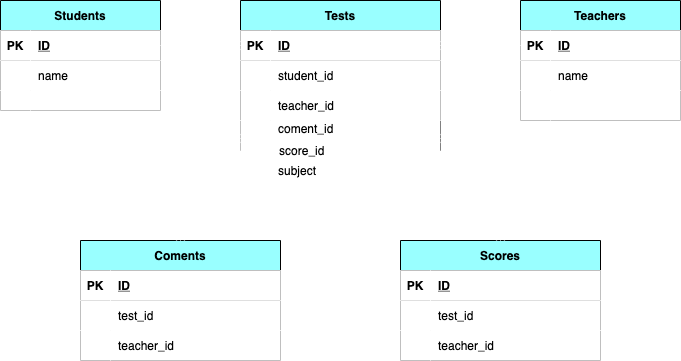
Before: index.png, a diagram exported from draw.io (mogpon/coachtech0516). Source tidied: cells renumbered, new cells last; positions are measured from the earlier drawing's top-left corner, leaving out a move shared by most shapes.
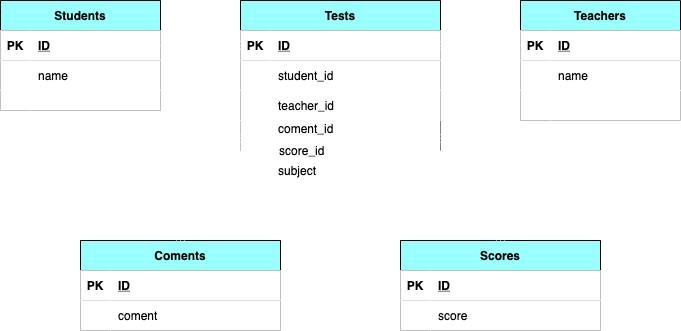
After the change.

The edit, as a diff of the source:
```diff
@@ -93,7 +93,7 @@
       <mxGeometry x="30" width="130" height="30" as="geometry" />
     </mxCell>
     <mxCell id="32" value="Coments" style="shape=table;startSize=30;rowLines=0;fontStyle=1;align=center;labelBackgroundColor=none;labelBorderColor=none;fillColor=#99FFFF;fontColor=#000000;strokeColor=#000000;" parent="1" vertex="1">
-      <mxGeometry x="80" y="240" width="200" height="120" as="geometry" />
+      <mxGeometry x="80" y="240" width="200" height="90" as="geometry" />
     </mxCell>
     <mxCell id="33" style="shape=partialRectangle;top=0;left=0;bottom=1;right=0;labelBackgroundColor=none;labelBorderColor=none;fillColor=#FFFFFF;fontColor=#000000;strokeColor=#000000;" parent="32" vertex="1">
       <mxGeometry y="30" width="200" height="30" as="geometry" />
@@ -110,18 +110,9 @@
     <mxCell id="37" style="shape=partialRectangle;top=0;left=0;bottom=0;right=0;overflow=hidden;labelBackgroundColor=none;labelBorderColor=none;fillColor=#FFFFFF;fontColor=#000000;strokeColor=#000000;" parent="36" vertex="1">
       <mxGeometry width="30" height="30" as="geometry" />
     </mxCell>
-    <mxCell id="38" value="test_id" style="shape=partialRectangle;top=0;left=0;bottom=0;right=0;align=left;spacingLeft=6;overflow=hidden;labelBackgroundColor=none;labelBorderColor=none;fillColor=#FFFFFF;fontColor=#000000;strokeColor=#000000;" parent="36" vertex="1">
+    <mxCell id="38" value="coment" style="shape=partialRectangle;top=0;left=0;bottom=0;right=0;align=left;spacingLeft=6;overflow=hidden;labelBackgroundColor=none;labelBorderColor=none;fillColor=#FFFFFF;fontColor=#000000;strokeColor=#000000;" parent="36" vertex="1">
       <mxGeometry x="30" width="170" height="30" as="geometry" />
     </mxCell>
-    <mxCell id="39" style="shape=partialRectangle;top=0;left=0;bottom=0;right=0;labelBackgroundColor=none;labelBorderColor=none;fillColor=#FFFFFF;fontColor=#000000;strokeColor=#000000;" parent="32" vertex="1">
-      <mxGeometry y="90" width="200" height="30" as="geometry" />
-    </mxCell>
-    <mxCell id="40" style="shape=partialRectangle;top=0;left=0;bottom=0;right=0;overflow=hidden;labelBackgroundColor=none;labelBorderColor=none;fillColor=#FFFFFF;fontColor=#000000;strokeColor=#000000;" parent="39" vertex="1">
-      <mxGeometry width="30" height="30" as="geometry" />
-    </mxCell>
-    <mxCell id="41" value="teacher_id" style="shape=partialRectangle;top=0;left=0;bottom=0;right=0;align=left;spacingLeft=6;overflow=hidden;labelBackgroundColor=none;labelBorderColor=none;fillColor=#FFFFFF;fontColor=#000000;strokeColor=#000000;" parent="39" vertex="1">
-      <mxGeometry x="30" width="170" height="30" as="geometry" />
-    </mxCell>
     <mxCell id="42" style="shape=partialRectangle;top=0;left=0;bottom=0;right=0;labelBackgroundColor=none;labelBorderColor=none;fillColor=#FFFFFF;fontColor=#000000;strokeColor=#000000;" parent="1" vertex="1">
       <mxGeometry x="240" y="120" width="200" height="70" as="geometry" />
     </mxCell>
@@ -144,7 +135,7 @@
       <mxGeometry x="270" y="118" width="165.9" height="20" as="geometry" />
     </mxCell>
     <mxCell id="49" value="Scores" style="shape=table;startSize=30;rowLines=0;fontStyle=1;align=center;labelBackgroundColor=none;labelBorderColor=none;fillColor=#99FFFF;fontColor=#000000;strokeColor=#000000;" parent="1" vertex="1">
-      <mxGeometry x="400" y="240" width="200" height="120" as="geometry" />
+      <mxGeometry x="400" y="240" width="200" height="90" as="geometry" />
     </mxCell>
     <mxCell id="50" style="shape=partialRectangle;top=0;left=0;bottom=1;right=0;labelBackgroundColor=none;labelBorderColor=none;fillColor=#FFFFFF;fontColor=#000000;strokeColor=#000000;" parent="49" vertex="1">
       <mxGeometry y="30" width="200" height="30" as="geometry" />
@@ -161,18 +152,9 @@
     <mxCell id="54" style="shape=partialRectangle;top=0;left=0;bottom=0;right=0;overflow=hidden;labelBackgroundColor=none;labelBorderColor=none;fillColor=#FFFFFF;fontColor=#000000;strokeColor=#000000;" parent="53" vertex="1">
       <mxGeometry width="30" height="30" as="geometry" />
     </mxCell>
-    <mxCell id="55" value="test_id" style="shape=partialRectangle;top=0;left=0;bottom=0;right=0;align=left;spacingLeft=6;overflow=hidden;labelBackgroundColor=none;labelBorderColor=none;fillColor=#FFFFFF;fontColor=#000000;strokeColor=#000000;" parent="53" vertex="1">
+    <mxCell id="55" value="score" style="shape=partialRectangle;top=0;left=0;bottom=0;right=0;align=left;spacingLeft=6;overflow=hidden;labelBackgroundColor=none;labelBorderColor=none;fillColor=#FFFFFF;fontColor=#000000;strokeColor=#000000;" parent="53" vertex="1">
       <mxGeometry x="30" width="170" height="30" as="geometry" />
     </mxCell>
-    <mxCell id="56" style="shape=partialRectangle;top=0;left=0;bottom=0;right=0;labelBackgroundColor=none;labelBorderColor=none;fillColor=#FFFFFF;fontColor=#000000;strokeColor=#000000;" parent="49" vertex="1">
-      <mxGeometry y="90" width="200" height="30" as="geometry" />
-    </mxCell>
-    <mxCell id="57" style="shape=partialRectangle;top=0;left=0;bottom=0;right=0;overflow=hidden;labelBackgroundColor=none;labelBorderColor=none;fillColor=#FFFFFF;fontColor=#000000;strokeColor=#000000;" parent="56" vertex="1">
-      <mxGeometry width="30" height="30" as="geometry" />
-    </mxCell>
-    <mxCell id="58" value="teacher_id" style="shape=partialRectangle;top=0;left=0;bottom=0;right=0;align=left;spacingLeft=6;overflow=hidden;labelBackgroundColor=none;labelBorderColor=none;fillColor=#FFFFFF;fontColor=#000000;strokeColor=#000000;" parent="56" vertex="1">
-      <mxGeometry x="30" width="170" height="30" as="geometry" />
-    </mxCell>
     <mxCell id="59" style="edgeStyle=elbowEdgeStyle;fontSize=12;html=1;endArrow=ERoneToMany;startArrow=ERoneToMany;labelBackgroundColor=none;strokeColor=#FFFFFF;fillColor=#FFFFFF;" parent="1" edge="1">
       <mxGeometry relative="1" as="geometry">
         <mxPoint x="180" y="240" as="sourcePoint" />
```
